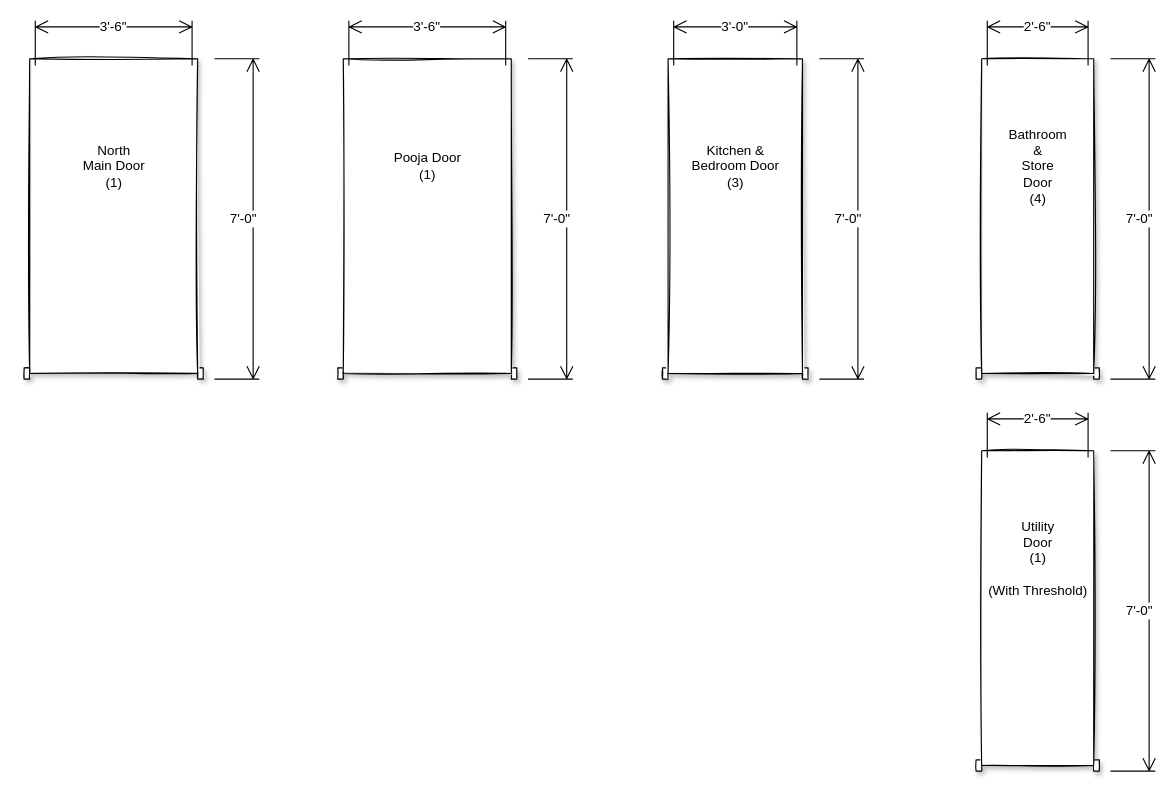
gudiseva/arvind keeps this draw.io diagram as page "GF Doors" (1 of 2) of Doors_Windows.drawio. Above is the earlier version. Source tidied: cells renumbered, new cells numbered last; positions are measured from the earlier drawing's top-left corner, leaving out a move shared by most shapes. Both pictures are drawn from the tidied source at 112%, with x=0, y=0 at pixel (24, 20).
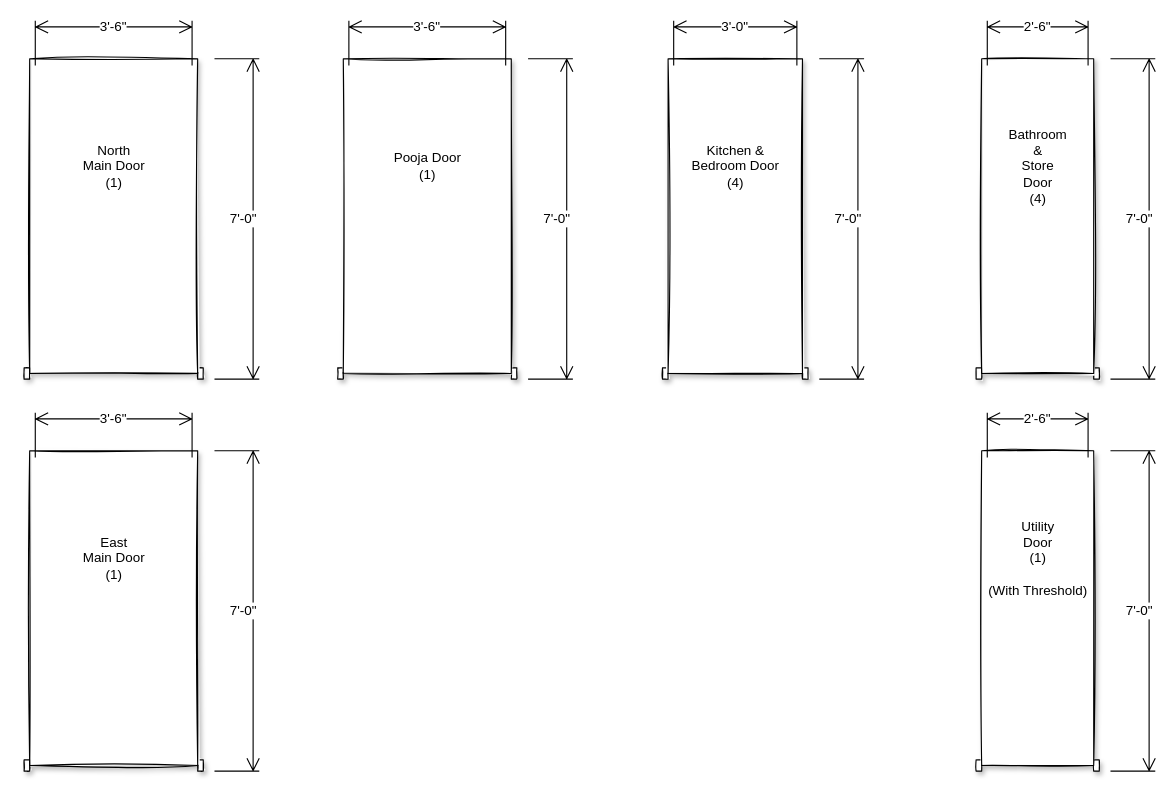
Above is the later version.

Change to the diagram source:
```diff
@@
-    <mxCell id="13" value="Kitchen &amp;amp;&lt;br&gt;Bedroom Door&lt;br&gt;(3)" style="text;html=1;align=center;verticalAlign=middle;fillColor=none;strokeColor=none;rounded=0;shadow=1;sketch=1;" parent="1" vertex="1">
+    <mxCell id="13" value="Kitchen &amp;amp;&lt;br&gt;Bedroom Door&lt;br&gt;(4)" style="text;html=1;align=center;verticalAlign=middle;fillColor=none;strokeColor=none;rounded=0;shadow=1;sketch=1;" parent="1" vertex="1">
       <mxGeometry x="590" y="105" width="90" height="50" as="geometry" />
     </mxCell>
@@
+    <mxCell id="22" style="verticalLabelPosition=bottom;html=1;verticalAlign=top;align=center;shape=mxgraph.floorplan.doorOverhead;gradientColor=none;shadow=1;sketch=1;" parent="1" vertex="1">
+      <mxGeometry y="384" width="160" height="286" as="geometry" />
+    </mxCell>
+    <mxCell id="23" value="3'-6&quot;" style="shape=dimension;direction=west;whiteSpace=wrap;html=1;align=center;verticalAlign=top;spacingTop=-8;labelBackgroundColor=#ffffff;" parent="1" vertex="1">
+      <mxGeometry x="10" y="350" width="140" height="40" as="geometry" />
+    </mxCell>
+    <mxCell id="24" value="7'-0&quot;" style="shape=dimension;direction=north;whiteSpace=wrap;html=1;align=right;verticalAlign=middle;labelBackgroundColor=#ffffff;shadow=0;sketch=0;gradientColor=none;" parent="1" vertex="1">
+      <mxGeometry x="170" y="384" width="40" height="286" as="geometry" />
+    </mxCell>
+    <mxCell id="25" value="East&lt;br&gt;Main Door&lt;br&gt;(1)" style="text;html=1;align=center;verticalAlign=middle;fillColor=none;strokeColor=none;rounded=0;shadow=1;sketch=1;" parent="1" vertex="1">
+      <mxGeometry x="45" y="455" width="70" height="50" as="geometry" />
+    </mxCell>
```
